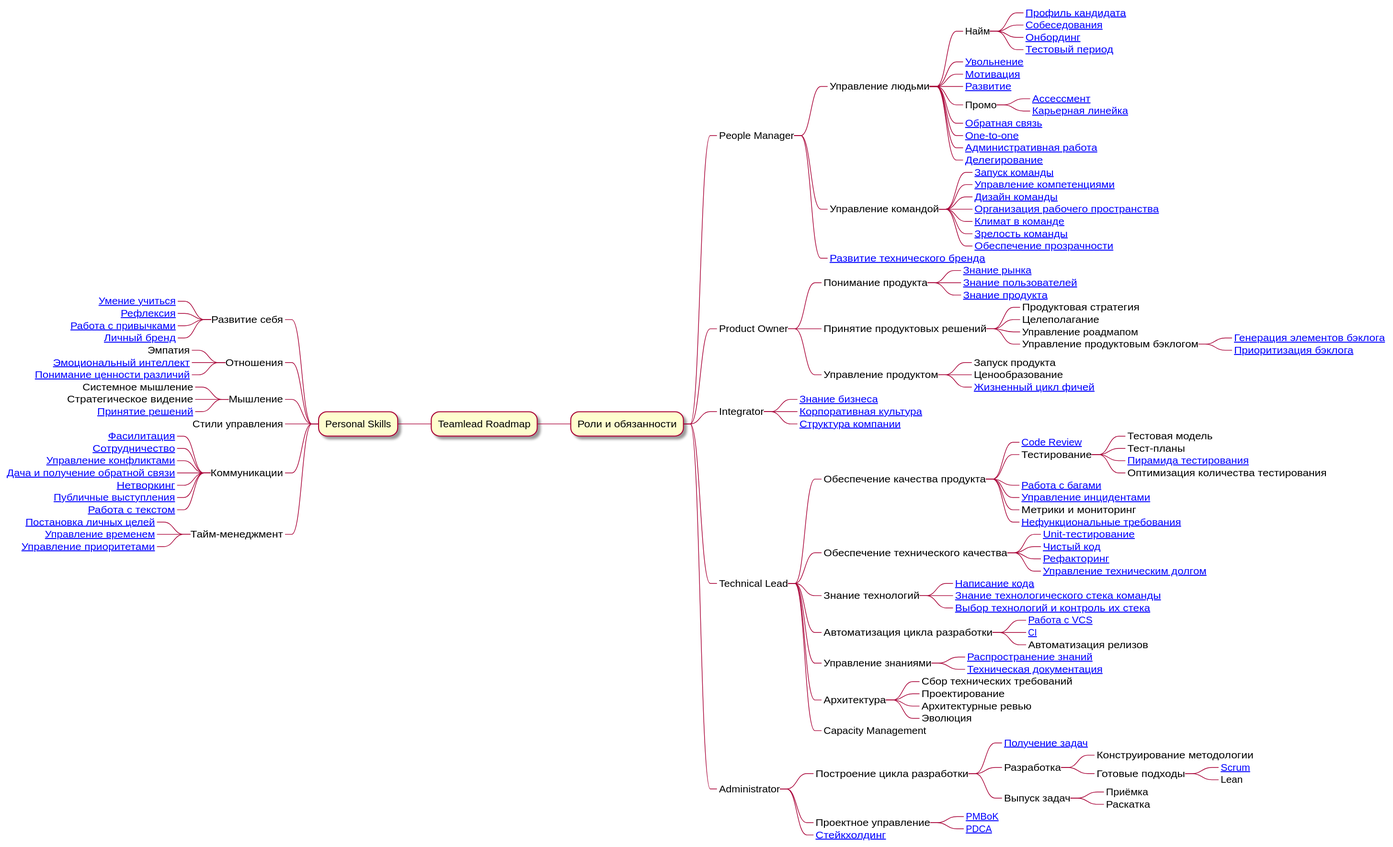
This is roadmap.svg from tlbootcamp/tlroadmap, a PlantUML export, as it was before one commit.
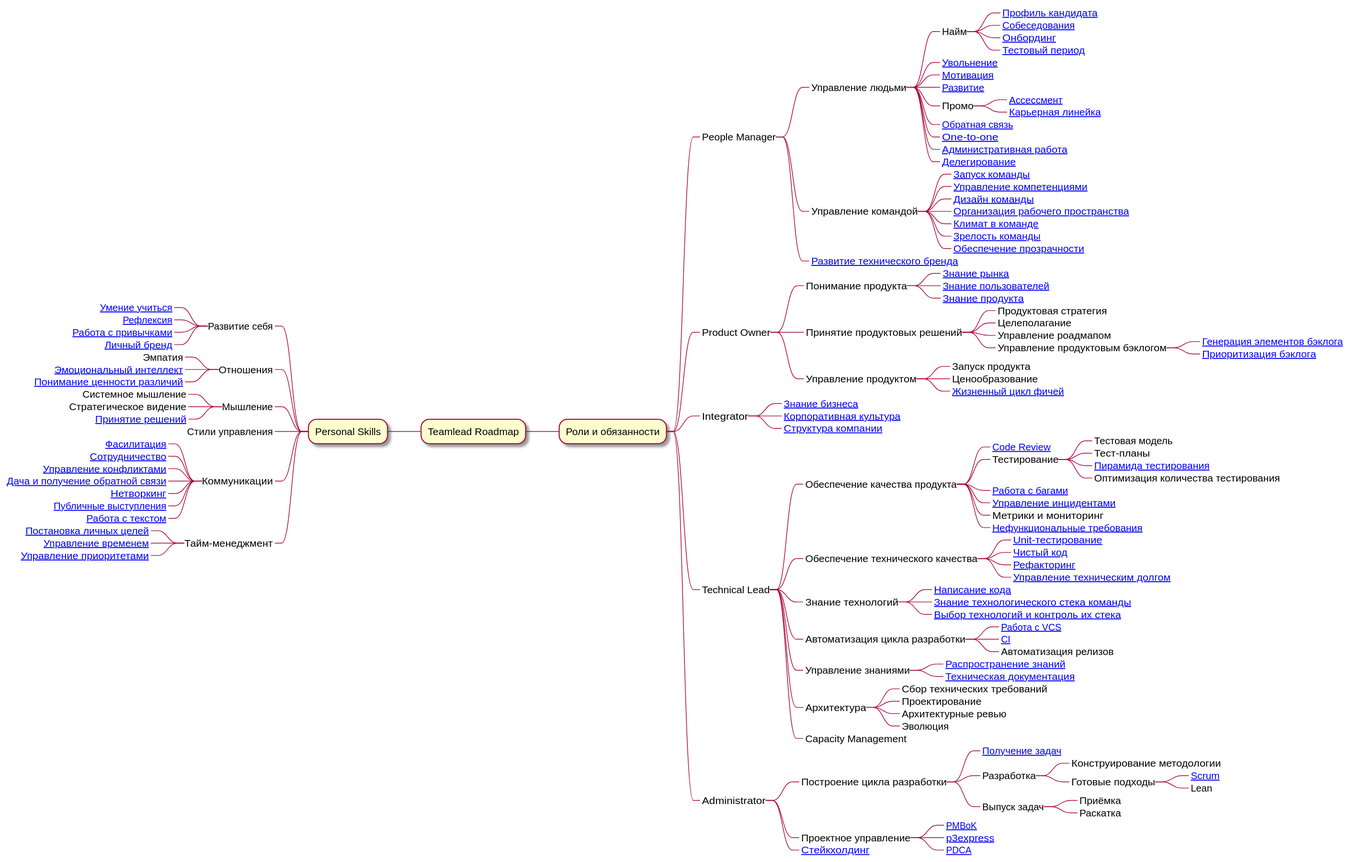
Above is the later version.

Commit message:
Создана ветка p3express

What changed in the source:
```diff
@@ -94,6 +94,7 @@
 ******_ Раскатка
 ****_ Проектное управление
 *****_ [[https://github.com/tlbootcamp/tlroadmap/blob/master/skills/administrator/pmbok.md PMBoK]]
+*****_ [[https://github.com/tlbootcamp/tlroadmap/blob/master/skills/administrator/p3express.md p3express]]
 *****_ [[https://github.com/tlbootcamp/tlroadmap/blob/master/skills/administrator/pdca.md PDCA]]
 ****_ [[https://github.com/tlbootcamp/tlroadmap/blob/master/skills/administrator/stakeholding.md Стейкхолдинг]]
 
```
